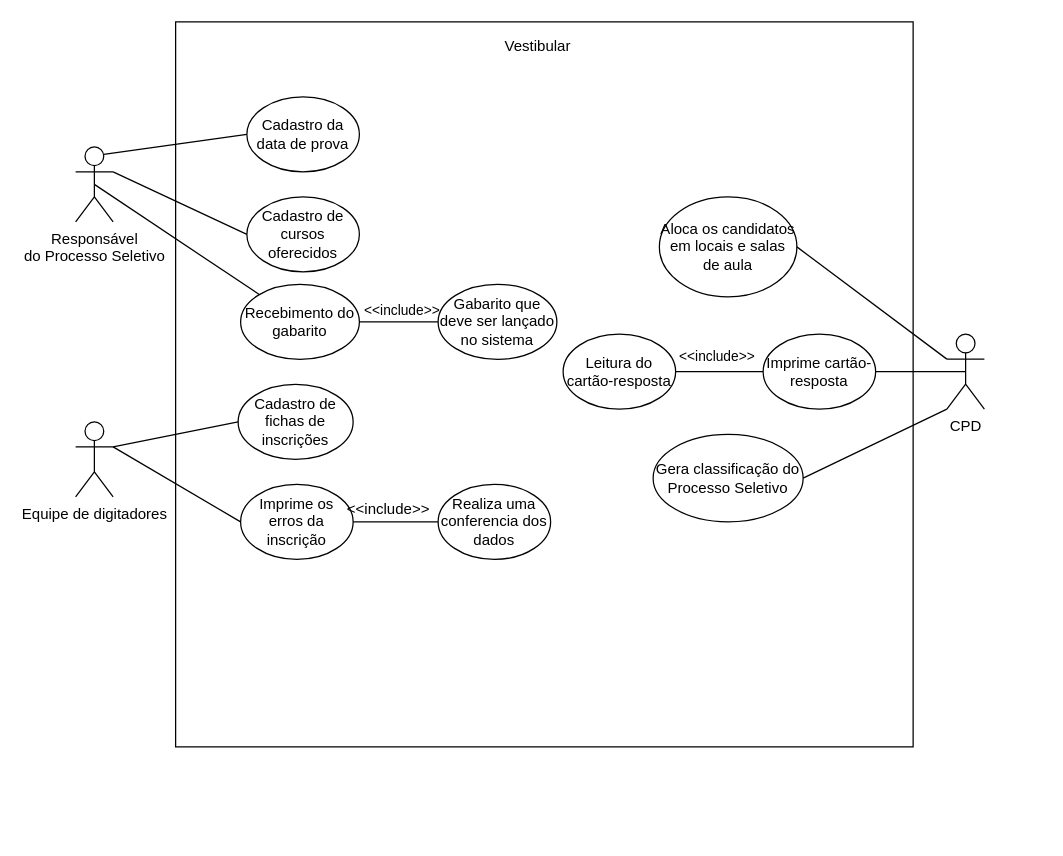
The draw.io diagram Analise de Sistemas/casodeusovestibular.drawio in owlprog-glitch/spiritpro, before the edit. Source tidied: cells renumbered, new cells numbered last; positions are measured from the earlier drawing's top-left corner, leaving out a move shared by most shapes. Both pictures are drawn from the tidied source at 125%, with x=0, y=0 at pixel (75, 21).
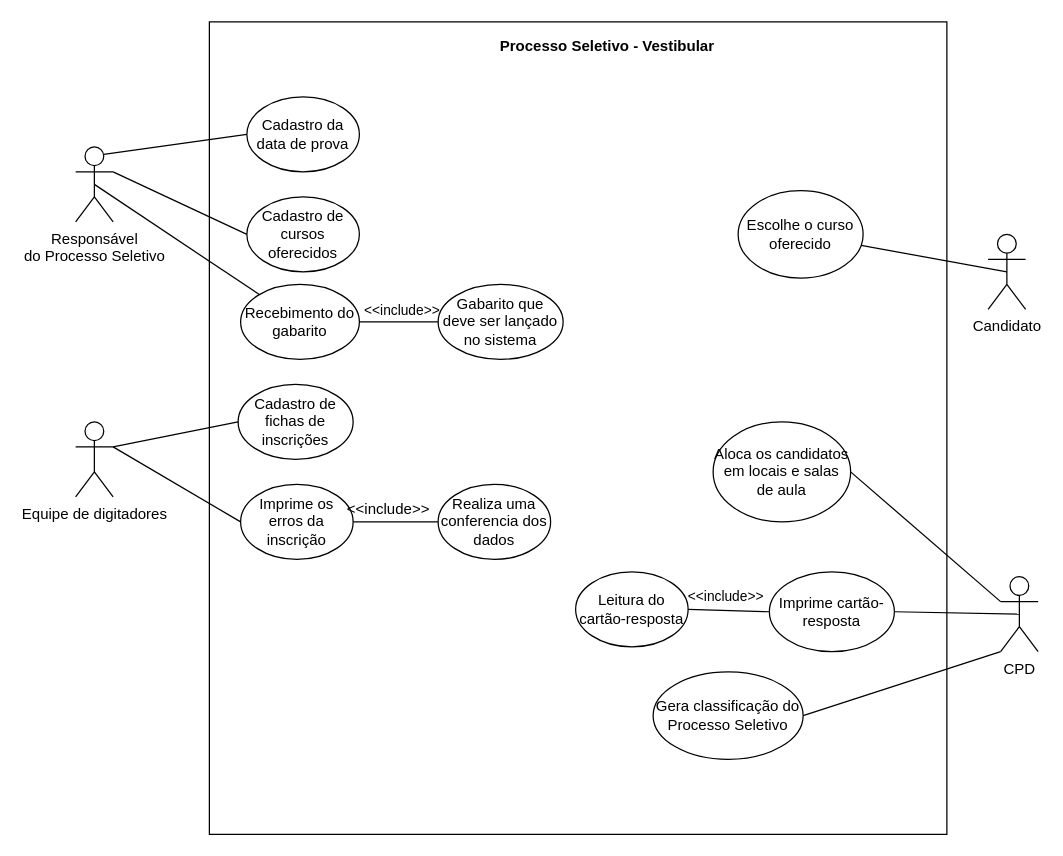
The same diagram, later.

The edit, as a diff of the source:
```diff
@@
     <mxCell id="2" style="rounded=0;whiteSpace=wrap;html=1;" parent="1" vertex="1">
-      <mxGeometry x="80" width="590" height="580" as="geometry" />
+      <mxGeometry x="107" width="590" height="650" as="geometry" />
     </mxCell>
@@
     <mxCell id="16" value="&lt;div&gt;CPD&lt;/div&gt;" style="shape=umlActor;verticalLabelPosition=bottom;verticalAlign=top;html=1;outlineConnect=0;" parent="1" vertex="1">
-      <mxGeometry x="697" y="249.8" width="30" height="60" as="geometry" />
+      <mxGeometry x="740" y="443.8" width="30" height="60" as="geometry" />
     </mxCell>
@@
     <mxCell id="20" value="Imprime cartão-resposta" style="ellipse;whiteSpace=wrap;html=1;" parent="1" vertex="1">
-      <mxGeometry x="550" y="249.8" width="90" height="60" as="geometry" />
+      <mxGeometry x="555" y="440" width="100" height="63.8" as="geometry" />
     </mxCell>
     <mxCell id="21" value="Aloca os candidatos em locais e salas de aula" style="ellipse;whiteSpace=wrap;html=1;" parent="1" vertex="1">
-      <mxGeometry x="467" y="140" width="110" height="80" as="geometry" />
+      <mxGeometry x="510" y="320" width="110" height="80" as="geometry" />
     </mxCell>
@@
     <mxCell id="27" value="&lt;div&gt;Gera classificação do Processo Seletivo&lt;/div&gt;" style="ellipse;whiteSpace=wrap;html=1;" parent="1" vertex="1">
-      <mxGeometry x="462" y="330" width="120" height="70" as="geometry" />
+      <mxGeometry x="462" y="520" width="120" height="70" as="geometry" />
     </mxCell>
     <mxCell id="28" value="Gabarito que deve ser lançado no sistema" style="ellipse;whiteSpace=wrap;html=1;" parent="1" vertex="1">
-      <mxGeometry x="290" y="210" width="95" height="60" as="geometry" />
+      <mxGeometry x="290" y="210" width="100" height="60" as="geometry" />
     </mxCell>
     <mxCell id="29" value="&lt;div&gt;Leitura do cartão-resposta&lt;/div&gt;" style="ellipse;whiteSpace=wrap;html=1;" parent="1" vertex="1">
-      <mxGeometry x="390" y="249.8" width="90" height="60" as="geometry" />
+      <mxGeometry x="400" y="440" width="90" height="60" as="geometry" />
     </mxCell>
@@
-    <mxCell id="31" value="Vestibular" style="text;html=1;strokeColor=none;fillColor=none;align=center;verticalAlign=middle;whiteSpace=wrap;rounded=0;" parent="1" vertex="1">
-      <mxGeometry x="350" y="10" width="40" height="20" as="geometry" />
-    </mxCell>
+    <mxCell id="32" value="Processo Seletivo - Vestibular" style="text;html=1;align=center;verticalAlign=middle;fontStyle=1;" parent="1" vertex="1">
+      <mxGeometry x="330" y="10" width="190" height="20" as="geometry" />
+    </mxCell>
+    <mxCell id="33" value="Candidato" style="shape=umlActor;verticalLabelPosition=bottom;verticalAlign=top;html=1;outlineConnect=0;" parent="1" vertex="1">
+      <mxGeometry x="730" y="170" width="30" height="60" as="geometry" />
+    </mxCell>
+    <mxCell id="34" value="&lt;div&gt;Escolhe o curso&lt;/div&gt;&lt;div&gt;oferecido&lt;br&gt;&lt;/div&gt;" style="ellipse;whiteSpace=wrap;html=1;" parent="1" vertex="1">
+      <mxGeometry x="530" y="135" width="100" height="70" as="geometry" />
+    </mxCell>
+    <mxCell id="35" style="endArrow=none;html=1;entryX=0.5;entryY=0.5;entryDx=0;entryDy=0;entryPerimeter=0;" parent="1" edge="1" source="34" target="33">
+      <mxGeometry relative="1" as="geometry" />
+    </mxCell>
```
